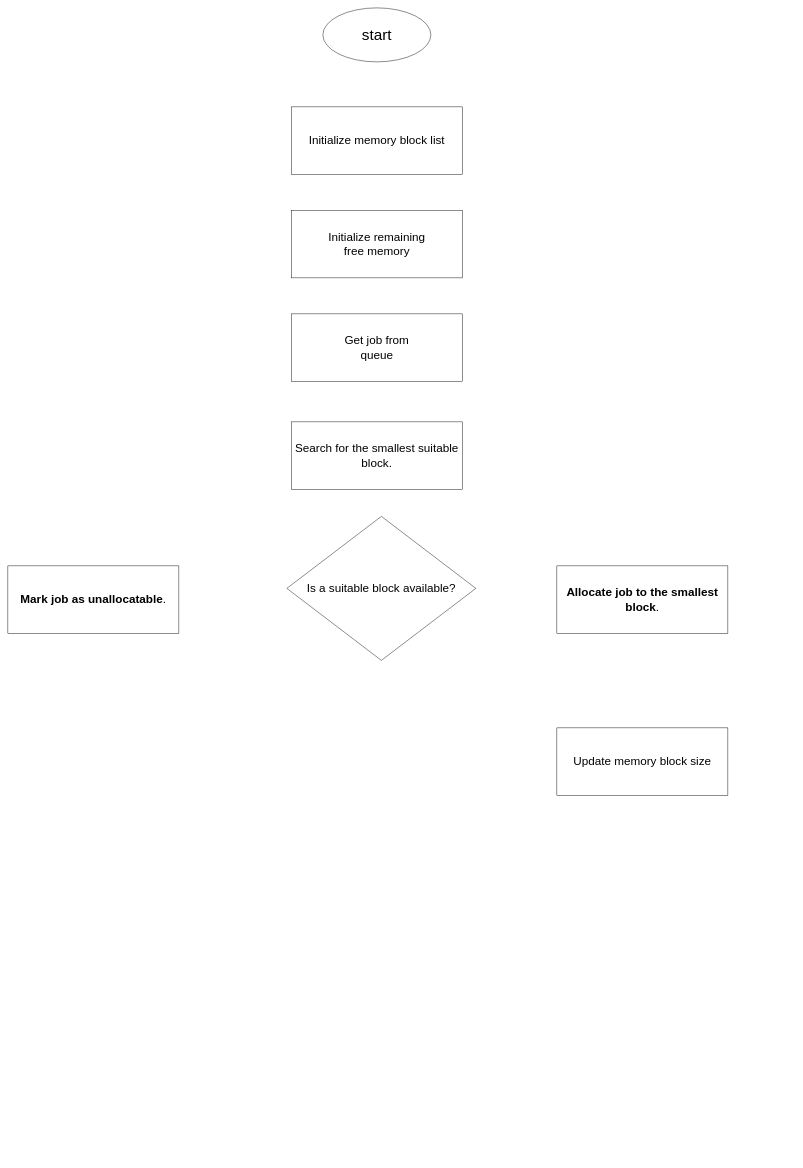
This is Untitled Diagram.drawio from Vimukthi-Randunu/EEX5563Mini-project-RegNo-721429544, a draw.io file, before an edit. Source tidied: cells renumbered, new cells numbered last; positions are measured from the earlier drawing's top-left corner, leaving out a move shared by most shapes. Both pictures are drawn from the tidied source at 45%, with x=0, y=0 at pixel (8, 8).
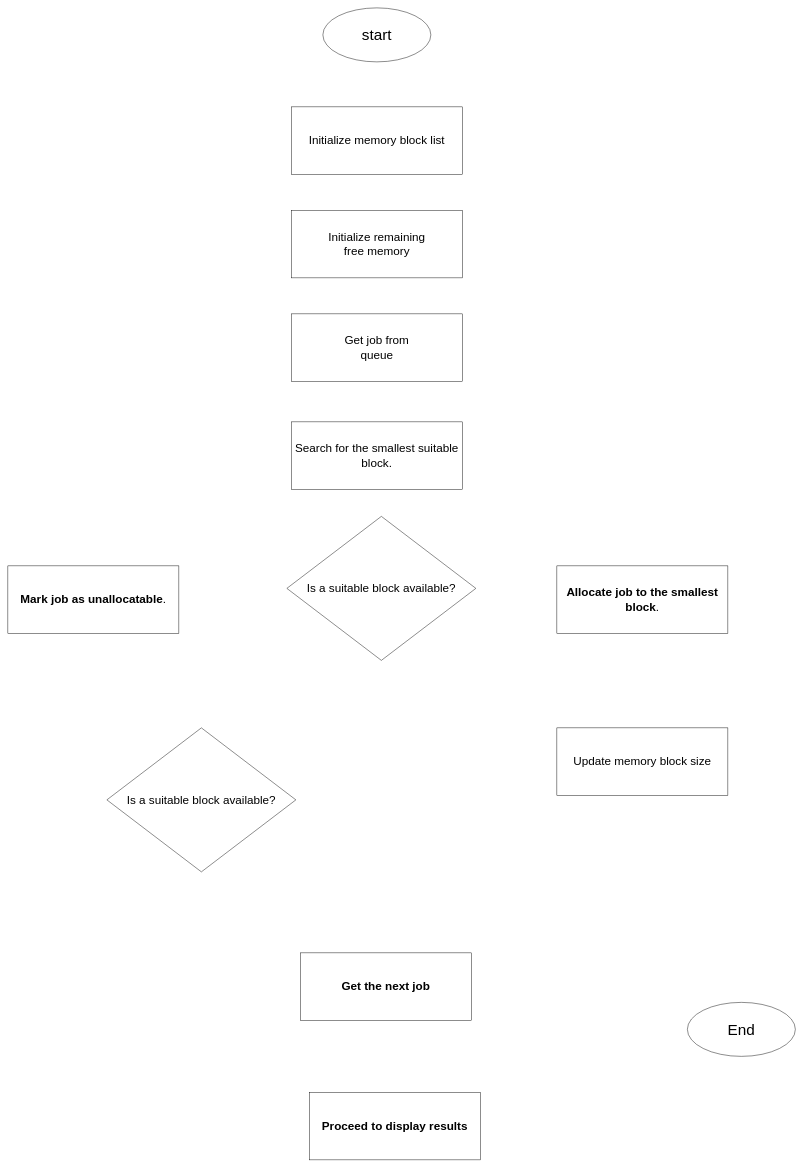
The same diagram, later.

The edit, as a diff of the source:
```diff
@@
 <mxGraphModel>
   <root>
     <mxCell id="0" />
     <mxCell id="1" parent="0" />
     <mxCell id="2" value="&lt;font style=&quot;font-size: 34px;&quot;&gt;start&lt;/font&gt;" style="ellipse;whiteSpace=wrap;html=1;" parent="1" vertex="1">
       <mxGeometry x="700" width="240" height="120" as="geometry" />
     </mxCell>
     <mxCell id="3" value="&lt;font style=&quot;font-size: 26px;&quot;&gt;Initialize memory block list&lt;/font&gt;" style="rounded=0;whiteSpace=wrap;html=1;" parent="1" vertex="1">
       <mxGeometry x="630" y="220" width="380" height="150" as="geometry" />
     </mxCell>
     <mxCell id="4" value="&lt;font style=&quot;font-size: 26px;&quot;&gt;Initialize remaining&lt;/font&gt;&lt;div&gt;&lt;font style=&quot;font-size: 26px;&quot;&gt;free memory&lt;/font&gt;&lt;/div&gt;" style="rounded=0;whiteSpace=wrap;html=1;" parent="1" vertex="1">
       <mxGeometry x="630" y="450" width="380" height="150" as="geometry" />
     </mxCell>
     <mxCell id="5" value="&lt;span style=&quot;font-size: 26px;&quot;&gt;Get job from&lt;/span&gt;&lt;div&gt;&lt;span style=&quot;font-size: 26px;&quot;&gt;queue&lt;/span&gt;&lt;/div&gt;" style="rounded=0;whiteSpace=wrap;html=1;" parent="1" vertex="1">
       <mxGeometry x="630" y="680" width="380" height="150" as="geometry" />
     </mxCell>
     <mxCell id="6" value="&lt;div&gt;&lt;font style=&quot;font-size: 26px;&quot;&gt;Search for the smallest suitable block.&lt;/font&gt;&lt;br&gt;&lt;/div&gt;" style="rounded=0;whiteSpace=wrap;html=1;" parent="1" vertex="1">
       <mxGeometry x="630" y="920" width="380" height="150" as="geometry" />
     </mxCell>
     <mxCell id="7" value="&lt;font style=&quot;font-size: 26px;&quot;&gt;Is a suitable block available?&lt;/font&gt;" style="rhombus;whiteSpace=wrap;html=1;" parent="1" vertex="1">
       <mxGeometry x="620" y="1130" width="420" height="320" as="geometry" />
     </mxCell>
     <mxCell id="8" value="&lt;div&gt;&lt;font style=&quot;font-size: 26px;&quot;&gt;&lt;strong&gt;Allocate job to the smallest block&lt;/strong&gt;.&lt;/font&gt;&lt;br&gt;&lt;/div&gt;" style="rounded=0;whiteSpace=wrap;html=1;" parent="1" vertex="1">
       <mxGeometry x="1220" y="1240" width="380" height="150" as="geometry" />
     </mxCell>
     <mxCell id="9" value="&lt;div&gt;&lt;font style=&quot;font-size: 26px;&quot;&gt;Update memory block size&lt;/font&gt;&lt;br&gt;&lt;/div&gt;" style="rounded=0;whiteSpace=wrap;html=1;" parent="1" vertex="1">
       <mxGeometry x="1220" y="1600" width="380" height="150" as="geometry" />
     </mxCell>
     <mxCell id="10" value="&lt;div&gt;&lt;font style=&quot;font-size: 26px;&quot;&gt;&lt;strong&gt;Mark job as unallocatable&lt;/strong&gt;.&lt;/font&gt;&lt;br&gt;&lt;/div&gt;" style="rounded=0;whiteSpace=wrap;html=1;" parent="1" vertex="1">
       <mxGeometry y="1240" width="380" height="150" as="geometry" />
     </mxCell>
+    <mxCell id="11" value="&lt;font style=&quot;font-size: 26px;&quot;&gt;Is a suitable block available?&lt;/font&gt;" style="rhombus;whiteSpace=wrap;html=1;" parent="1" vertex="1">
+      <mxGeometry x="220" y="1600" width="420" height="320" as="geometry" />
+    </mxCell>
+    <mxCell id="12" value="&lt;div&gt;&lt;span style=&quot;font-size: 26px;&quot;&gt;&lt;b&gt;Get the next job&lt;/b&gt;&lt;/span&gt;&lt;/div&gt;" style="rounded=0;whiteSpace=wrap;html=1;" parent="1" vertex="1">
+      <mxGeometry x="650" y="2100" width="380" height="150" as="geometry" />
+    </mxCell>
+    <mxCell id="13" value="&lt;div&gt;&lt;span style=&quot;font-size: 26px;&quot;&gt;&lt;b&gt;Proceed to display results&lt;/b&gt;&lt;/span&gt;&lt;/div&gt;" style="rounded=0;whiteSpace=wrap;html=1;" parent="1" vertex="1">
+      <mxGeometry x="670" y="2410" width="380" height="150" as="geometry" />
+    </mxCell>
+    <mxCell id="14" value="&lt;span style=&quot;font-size: 34px;&quot;&gt;End&lt;/span&gt;" style="ellipse;whiteSpace=wrap;html=1;" parent="1" vertex="1">
+      <mxGeometry x="1510" y="2210" width="240" height="120" as="geometry" />
+    </mxCell>
   </root>
 </mxGraphModel>
```
